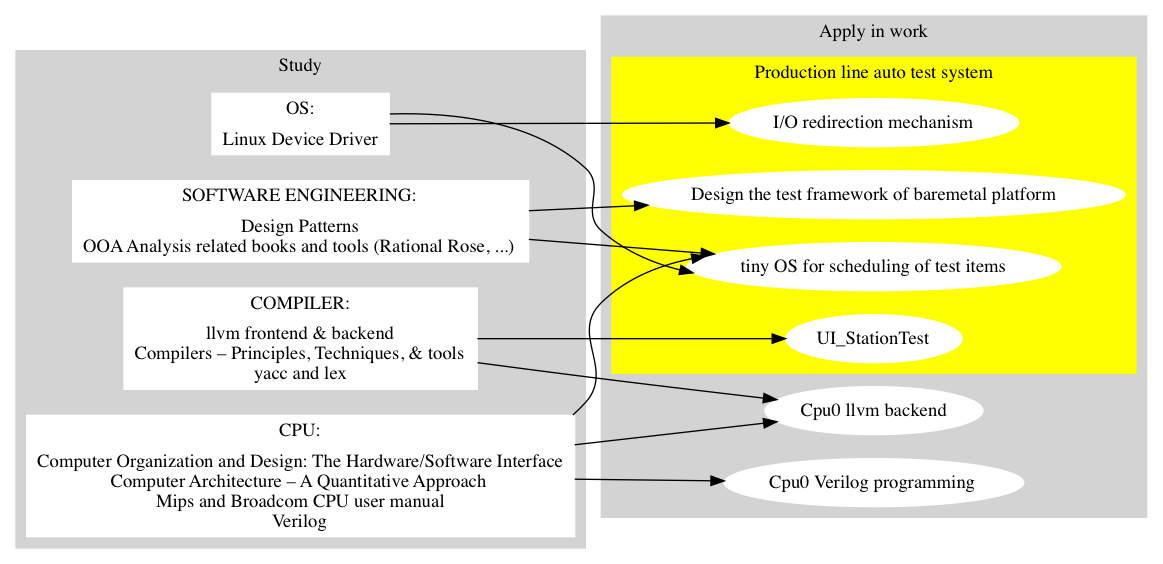
The Graphviz diagram images/study_and_apply.png in Jonathan2251/ws, before a commit. Its source is kept beside it as images/study_and_apply.gv.
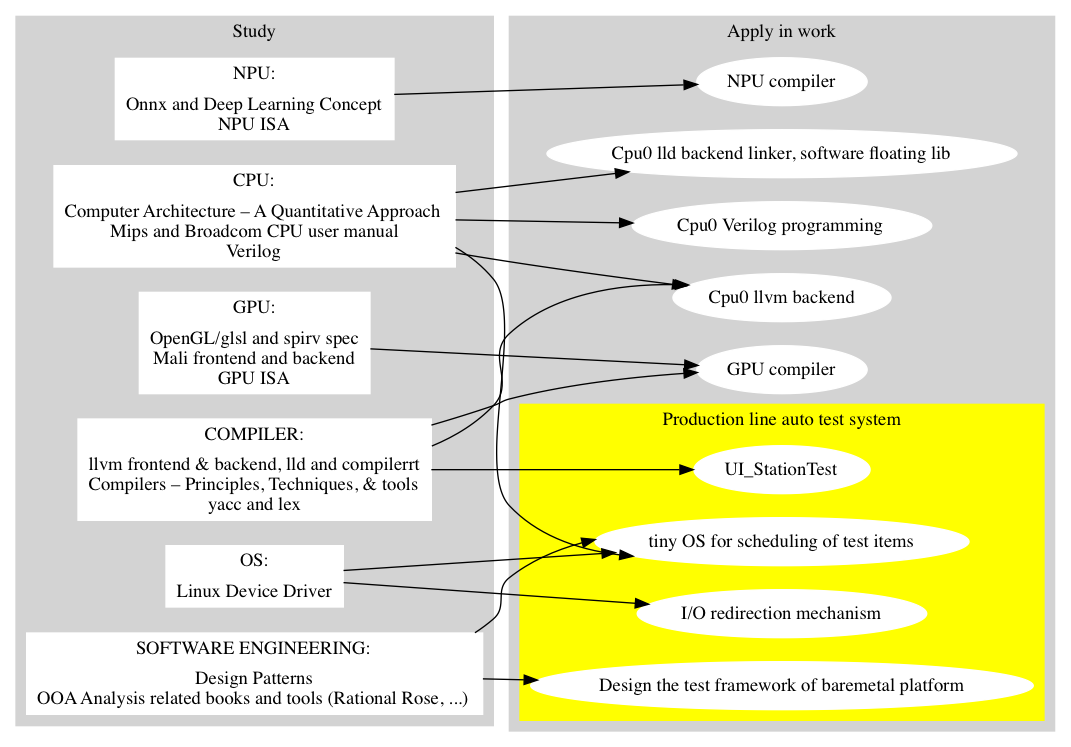
After the commit.

Commit message:
study_and_apply

What changed in the source:
```diff
@@ -5,8 +5,10 @@
   subgraph cluster_0 {
     style=filled;
     label = "Study";
-    node [shape=record,style=filled,color=white]; CPU [label="CPU:|Computer Organization and Design: The Hardware/Software Interface\nComputer Architecture – A Quantitative Approach\nMips and Broadcom CPU user manual\nVerilog"];
-    node [style=filled,color=white]; COMPILER [label="COMPILER:|llvm frontend & backend\nCompilers – Principles, Techniques, & tools\nyacc and lex"];
+    node [shape=record,style=filled,color=white]; CPU [label="CPU:|Computer Architecture – A Quantitative Approach\nMips and Broadcom CPU user manual\nVerilog"];
+    node [shape=record,style=filled,color=white]; GPU [label="GPU:|OpenGL/glsl and spirv spec\nMali frontend and backend\nGPU ISA"];
+    node [shape=record,style=filled,color=white]; NPU [label="NPU:|Onnx and Deep Learning Concept\nNPU ISA"];
+    node [style=filled,color=white]; COMPILER [label="COMPILER:|llvm frontend & backend, lld and compilerrt\nCompilers – Principles, Techniques, & tools\nyacc and lex"];
     node [style=filled,color=white]; OS [label="OS:|Linux Device Driver"];
     node [style=filled,color=white]; "SOFTWARE ENGINEERING" [label="SOFTWARE ENGINEERING:|Design Patterns\nOOA Analysis related books and tools (Rational Rose, ...)"];
     color=lightgrey;
@@ -17,6 +19,9 @@
     label = "Apply in work";
     node [style=filled,color=white]; verilog [label="Cpu0 Verilog programming"];
     node [style=filled,color=white]; backend [label="Cpu0 llvm backend"];
+    node [style=filled,color=white]; linker [label="Cpu0 lld backend linker, software floating lib"];
+    node [style=filled,color=white]; gpucompiler [label="GPU compiler"];
+    node [style=filled,color=white]; npucompiler [label="NPU compiler"];
     subgraph cluster_1_1 {
       color=yellow;
       label = "Production line auto test system";
@@ -29,7 +34,11 @@
   CPU -> verilog;
   CPU -> tinyos;
   CPU -> backend;
+  CPU -> linker;
+  GPU -> gpucompiler;
+  NPU -> npucompiler;
   COMPILER -> backend;
+  COMPILER -> gpucompiler;
   COMPILER -> teststation;
   OS -> tinyos;
   OS -> io;
```
